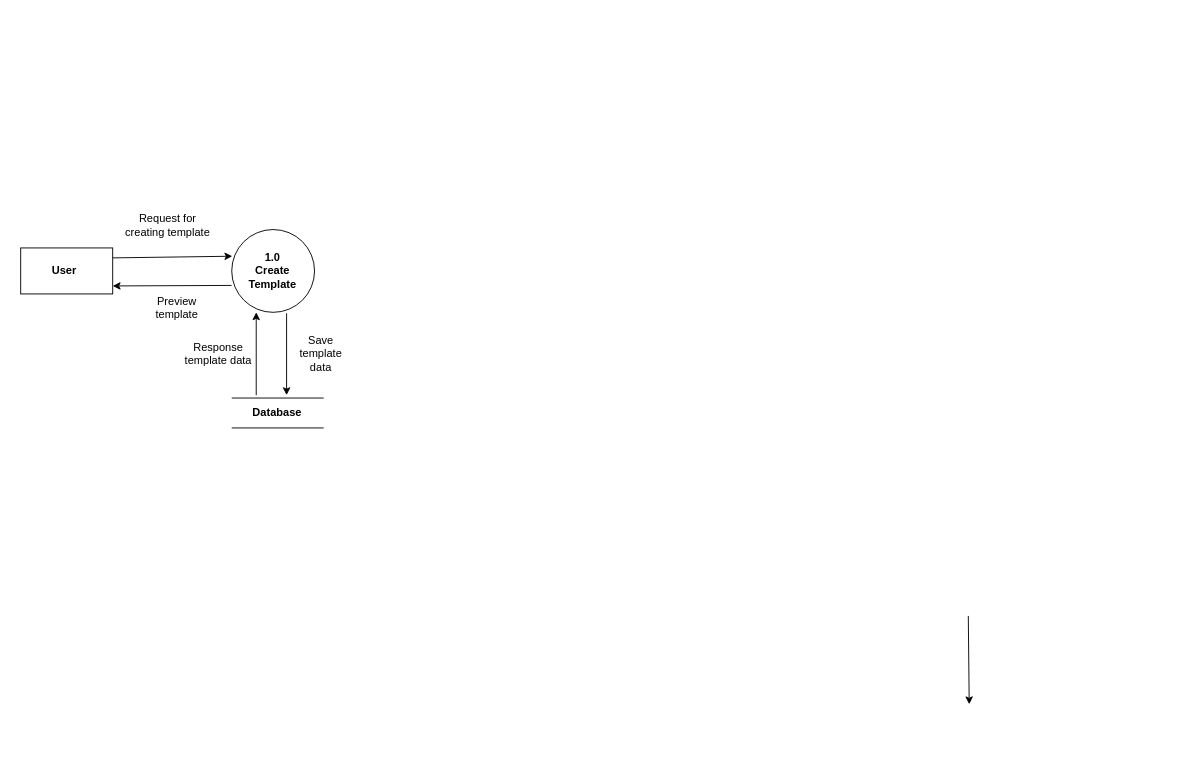
jonamadk/DrawIO keeps this draw.io diagram as idfd1.drawio. Above is the earlier version. Source tidied: cells renumbered, new cells numbered last; positions are measured from the earlier drawing's top-left corner, leaving out a move shared by most shapes. Both pictures are drawn from the tidied source at 92%, with x=0, y=0 at pixel (16, 211).
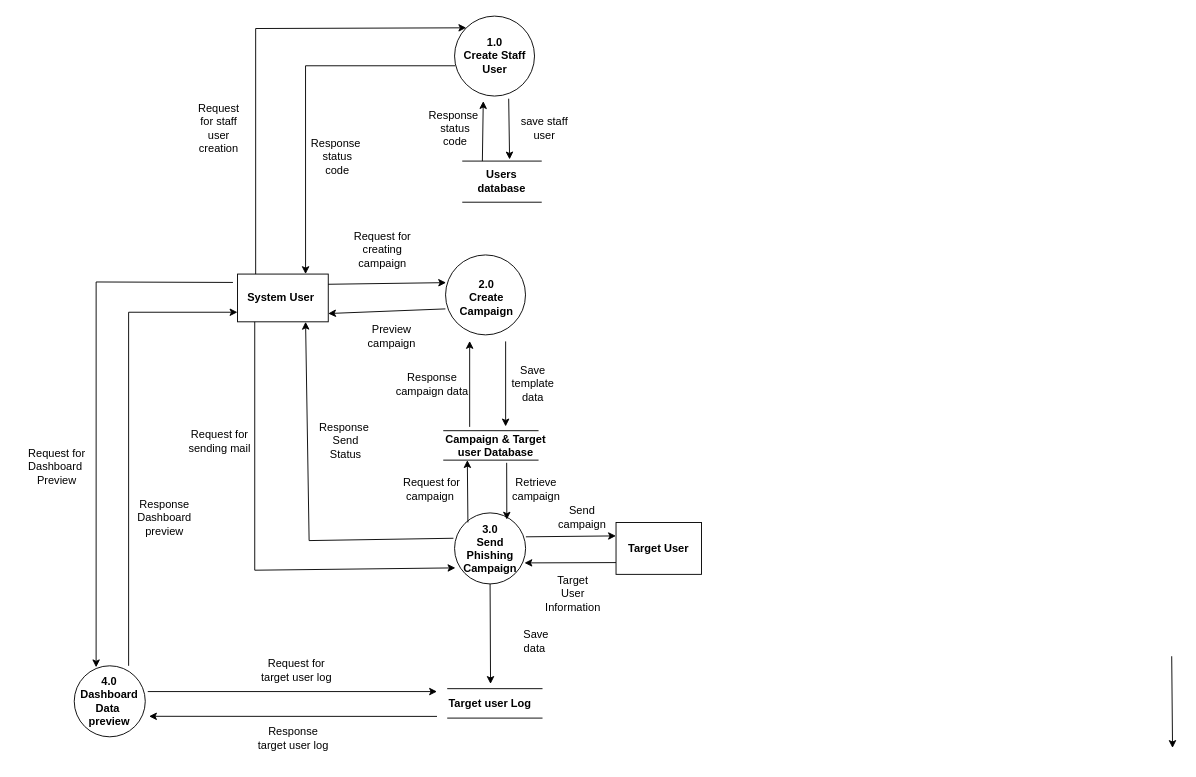
The same diagram, later.

What changed in the source:
```diff
@@
+    <mxCell id="17" style="group;fontStyle=0;" parent="1" vertex="1">
+      <mxGeometry x="4" y="-212" width="1253" height="810" as="geometry" />
+    </mxCell>
+    <mxCell id="18" style="group;fontStyle=0;" parent="17" vertex="1">
+      <mxGeometry x="177.5" width="1075.5" height="810" as="geometry" />
+    </mxCell>
-    <mxCell id="2" style="rounded=0;whiteSpace=wrap;html=1;" parent="1" vertex="1">
-      <mxGeometry x="5" y="40" width="100" height="50" as="geometry" />
+    <mxCell id="2" style="rounded=0;whiteSpace=wrap;html=1;fontStyle=0;" parent="18" vertex="1">
+      <mxGeometry x="59.2" y="280.4" width="98.6" height="51.9" as="geometry" />
     </mxCell>
-    <mxCell id="3" style="ellipse;whiteSpace=wrap;html=1;" parent="1" vertex="1">
-      <mxGeometry x="234.4" y="20" width="90" height="90" as="geometry" />
+    <mxCell id="3" style="ellipse;whiteSpace=wrap;html=1;fontStyle=0;" parent="18" vertex="1">
+      <mxGeometry x="285.3" y="259.6" width="86.9" height="86.9" as="geometry" />
     </mxCell>
-    <mxCell id="4" style="shape=partialRectangle;whiteSpace=wrap;html=1;top=0;bottom=0;fillColor=none;rotation=90;" parent="1" vertex="1">
-      <mxGeometry x="268.1" y="170" width="32.5" height="98.8" as="geometry" />
+    <mxCell id="4" style="shape=partialRectangle;whiteSpace=wrap;html=1;top=0;bottom=0;fillColor=none;rotation=90;fontStyle=0;" parent="18" vertex="1">
+      <mxGeometry x="318.6" y="415.4" width="32" height="102.5" as="geometry" />
     </mxCell>
-    <mxCell id="5" value="&lt;b&gt;Database&lt;/b&gt;" style="text;html=1;strokeColor=none;fillColor=none;align=center;verticalAlign=middle;whiteSpace=wrap;rounded=0;" parent="1" vertex="1">
-      <mxGeometry x="254.4" y="204.4" width="60" height="30" as="geometry" />
+    <mxCell id="5" value="&lt;b&gt;Campaign &amp;amp; Target user Database&lt;/b&gt;" style="text;html=1;strokeColor=none;fillColor=none;align=center;verticalAlign=middle;whiteSpace=wrap;rounded=0;fontStyle=0;" parent="18" vertex="1">
+      <mxGeometry x="280" y="451.1" width="118.9" height="31.2" as="geometry" />
     </mxCell>
-    <mxCell id="6" value="&lt;b&gt;User&lt;/b&gt;" style="text;html=1;strokeColor=none;fillColor=none;align=center;verticalAlign=middle;whiteSpace=wrap;rounded=0;" parent="1" vertex="1">
-      <mxGeometry y="48.8" width="105" height="32.5" as="geometry" />
+    <mxCell id="6" value="&lt;b&gt;System User&lt;/b&gt;" style="text;html=1;strokeColor=none;fillColor=none;align=center;verticalAlign=middle;whiteSpace=wrap;rounded=0;fontStyle=0;" parent="18" vertex="1">
+      <mxGeometry x="54.2" y="289.5" width="103.5" height="33.8" as="geometry" />
     </mxCell>
-    <mxCell id="7" value="&lt;b&gt;1.0&lt;br&gt;&amp;nbsp;Create&amp;nbsp;&lt;br&gt;Template&lt;/b&gt;" style="text;html=1;strokeColor=none;fillColor=none;align=center;verticalAlign=middle;whiteSpace=wrap;rounded=0;" parent="1" vertex="1">
-      <mxGeometry x="244.4" y="45" width="70" height="40" as="geometry" />
+    <mxCell id="7" value="&lt;b&gt;2.0&lt;br&gt;&amp;nbsp;Create&amp;nbsp;&lt;br&gt;Campaign&lt;br&gt;&lt;/b&gt;" style="text;html=1;strokeColor=none;fillColor=none;align=center;verticalAlign=middle;whiteSpace=wrap;rounded=0;fontStyle=0;" parent="18" vertex="1">
+      <mxGeometry x="295.1" y="285.6" width="69" height="41.5" as="geometry" />
     </mxCell>
-    <mxCell id="8" style="endArrow=classic;html=1;rounded=0;exitX=1;exitY=0;exitDx=0;exitDy=0;" parent="1" edge="1">
+    <mxCell id="8" style="endArrow=classic;html=1;rounded=0;exitX=1;exitY=0;exitDx=0;exitDy=0;fontStyle=0;" parent="18" edge="1">
       <mxGeometry relative="1" as="geometry">
-        <mxPoint x="105" y="50.8" as="sourcePoint" />
-        <mxPoint x="235" y="49" as="targetPoint" />
+        <mxPoint x="157.7" y="291.5" as="sourcePoint" />
+        <mxPoint x="285.9" y="289.7" as="targetPoint" />
       </mxGeometry>
     </mxCell>
-    <mxCell id="9" style="endArrow=classic;html=1;rounded=0;entryX=1;entryY=1;entryDx=0;entryDy=0;exitX=-0.002;exitY=0.675;exitDx=0;exitDy=0;exitPerimeter=0;" parent="1" edge="1" source="3" target="6">
+    <mxCell id="9" style="endArrow=classic;html=1;rounded=0;entryX=1;entryY=1;entryDx=0;entryDy=0;exitX=-0.002;exitY=0.675;exitDx=0;exitDy=0;exitPerimeter=0;fontStyle=0;" parent="18" edge="1" source="3" target="6">
       <mxGeometry relative="1" as="geometry" />
     </mxCell>
-    <mxCell id="10" style="endArrow=classic;html=1;rounded=0;" parent="1" edge="1">
+    <mxCell id="10" style="endArrow=classic;html=1;rounded=0;fontStyle=0;" parent="18" edge="1">
       <mxGeometry relative="1" as="geometry">
-        <mxPoint x="1035" y="440" as="sourcePoint" />
-        <mxPoint x="1036" y="536" as="targetPoint" />
+        <mxPoint x="1074.6" y="695.8" as="sourcePoint" />
+        <mxPoint x="1075.5" y="795.5" as="targetPoint" />
       </mxGeometry>
     </mxCell>
-    <mxCell id="11" style="endArrow=classic;html=1;rounded=0;" parent="1" edge="1">
+    <mxCell id="11" style="endArrow=classic;html=1;rounded=0;fontStyle=0;" parent="18" edge="1">
       <mxGeometry relative="1" as="geometry">
-        <mxPoint x="261" y="200" as="sourcePoint" />
-        <mxPoint x="261" y="110" as="targetPoint" />
+        <mxPoint x="311.5" y="446.5" as="sourcePoint" />
+        <mxPoint x="311.5" y="353.1" as="targetPoint" />
       </mxGeometry>
     </mxCell>
-    <mxCell id="12" value="Request for creating template" style="text;html=1;strokeColor=none;fillColor=none;align=center;verticalAlign=middle;whiteSpace=wrap;rounded=0;" parent="1" vertex="1">
-      <mxGeometry x="115" width="100" height="30" as="geometry" />
+    <mxCell id="12" value="Request for creating campaign" style="text;html=1;strokeColor=none;fillColor=none;align=center;verticalAlign=middle;whiteSpace=wrap;rounded=0;fontStyle=0;" parent="18" vertex="1">
+      <mxGeometry x="167.6" y="238.8" width="98.6" height="31.2" as="geometry" />
     </mxCell>
-    <mxCell id="13" value="Preview template" style="text;html=1;strokeColor=none;fillColor=none;align=center;verticalAlign=middle;whiteSpace=wrap;rounded=0;" parent="1" vertex="1">
-      <mxGeometry x="145" y="90" width="60" height="30" as="geometry" />
+    <mxCell id="13" value="Preview campaign" style="text;html=1;strokeColor=none;fillColor=none;align=center;verticalAlign=middle;whiteSpace=wrap;rounded=0;fontStyle=0;" parent="18" vertex="1">
+      <mxGeometry x="197.2" y="332.3" width="59.2" height="31.2" as="geometry" />
     </mxCell>
-    <mxCell id="14" value="Save template data" style="text;html=1;strokeColor=none;fillColor=none;align=center;verticalAlign=middle;whiteSpace=wrap;rounded=0;" parent="1" vertex="1">
-      <mxGeometry x="300.6" y="140" width="61" height="30" as="geometry" />
+    <mxCell id="14" value="Save template data" style="text;html=1;strokeColor=none;fillColor=none;align=center;verticalAlign=middle;whiteSpace=wrap;rounded=0;fontStyle=0;" parent="18" vertex="1">
+      <mxGeometry x="350" y="384.2" width="60.1" height="31.2" as="geometry" />
     </mxCell>
-    <mxCell id="15" value="Response template data" style="text;html=1;strokeColor=none;fillColor=none;align=center;verticalAlign=middle;whiteSpace=wrap;rounded=0;" parent="1" vertex="1">
-      <mxGeometry x="175" y="140" width="90" height="30" as="geometry" />
+    <mxCell id="15" value="Response campaign data" style="text;html=1;strokeColor=none;fillColor=none;align=center;verticalAlign=middle;whiteSpace=wrap;rounded=0;fontStyle=0;" parent="18" vertex="1">
+      <mxGeometry x="226.7" y="384.2" width="88.7" height="31.2" as="geometry" />
     </mxCell>
-    <mxCell id="16" style="endArrow=classic;html=1;rounded=0;" parent="1" edge="1">
+    <mxCell id="16" style="endArrow=classic;html=1;rounded=0;fontStyle=0;" parent="18" edge="1">
       <mxGeometry relative="1" as="geometry">
-        <mxPoint x="294" y="111" as="sourcePoint" />
-        <mxPoint x="294" y="200" as="targetPoint" />
+        <mxPoint x="350.6" y="353.6" as="sourcePoint" />
+        <mxPoint x="350.6" y="446" as="targetPoint" />
       </mxGeometry>
     </mxCell>
+    <mxCell id="19" value="&lt;b&gt;3.0&lt;br&gt;Send Phishing Campaign&lt;/b&gt;" style="ellipse;whiteSpace=wrap;html=1;fontStyle=0;" parent="18" vertex="1">
+      <mxGeometry x="295.1" y="540" width="77.2" height="77.2" as="geometry" />
+    </mxCell>
+    <mxCell id="20" style="endArrow=classic;html=1;rounded=0;entryX=1;entryY=0.75;entryDx=0;entryDy=0;fontStyle=0;" parent="18" edge="1" target="4">
+      <mxGeometry relative="1" as="geometry">
+        <mxPoint x="309.6" y="550.4" as="sourcePoint" />
+      </mxGeometry>
+    </mxCell>
+    <mxCell id="21" style="endArrow=classic;html=1;rounded=0;exitX=1.091;exitY=0.333;exitDx=0;exitDy=0;exitPerimeter=0;fontStyle=0;" parent="18" edge="1" source="4">
+      <mxGeometry relative="1" as="geometry">
+        <mxPoint x="351.9" y="547.3" as="targetPoint" />
+      </mxGeometry>
+    </mxCell>
+    <mxCell id="22" value="Retrieve campaign" style="text;html=1;strokeColor=none;fillColor=none;align=center;verticalAlign=middle;whiteSpace=wrap;rounded=0;fontStyle=0;" parent="18" vertex="1">
+      <mxGeometry x="354.9" y="498.5" width="59.2" height="31.2" as="geometry" />
+    </mxCell>
+    <mxCell id="23" value="Request for campaign&amp;nbsp;" style="text;html=1;strokeColor=none;fillColor=none;align=center;verticalAlign=middle;whiteSpace=wrap;rounded=0;fontStyle=0;" parent="18" vertex="1">
+      <mxGeometry x="236.6" y="498.5" width="68" height="31.2" as="geometry" />
+    </mxCell>
+    <mxCell id="24" value="&lt;b&gt;Target User&lt;/b&gt;" style="rounded=0;whiteSpace=wrap;html=1;fontStyle=0;" parent="18" vertex="1">
+      <mxGeometry x="470.6" y="550.4" width="92.9" height="56.4" as="geometry" />
+    </mxCell>
+    <mxCell id="25" style="endArrow=classic;html=1;rounded=0;fontStyle=0;" parent="18" edge="1">
+      <mxGeometry relative="1" as="geometry">
+        <mxPoint x="372.6" y="566" as="sourcePoint" />
+        <mxPoint x="470.5" y="565" as="targetPoint" />
+      </mxGeometry>
+    </mxCell>
+    <mxCell id="26" style="endArrow=classic;html=1;rounded=0;entryX=0.984;entryY=0.704;entryDx=0;entryDy=0;entryPerimeter=0;fontStyle=0;" parent="18" edge="1" target="19">
+      <mxGeometry relative="1" as="geometry">
+        <mxPoint x="470.5" y="594" as="sourcePoint" />
+      </mxGeometry>
+    </mxCell>
+    <mxCell id="27" value="Target User Information" style="text;html=1;strokeColor=none;fillColor=none;align=center;verticalAlign=middle;whiteSpace=wrap;rounded=0;fontStyle=0;" parent="18" vertex="1">
+      <mxGeometry x="394.3" y="612.7" width="59.2" height="31.2" as="geometry" />
+    </mxCell>
+    <mxCell id="28" value="Send campaign" style="text;html=1;strokeColor=none;fillColor=none;align=center;verticalAlign=middle;whiteSpace=wrap;rounded=0;fontStyle=0;" parent="18" vertex="1">
+      <mxGeometry x="404.2" y="529.6" width="59.2" height="31.2" as="geometry" />
+    </mxCell>
+    <mxCell id="29" style="endArrow=classic;html=1;rounded=0;entryX=0.75;entryY=1;entryDx=0;entryDy=0;exitX=-0.016;exitY=0.357;exitDx=0;exitDy=0;exitPerimeter=0;fontStyle=0;" parent="18" edge="1" source="19" target="2">
+      <mxGeometry relative="1" as="geometry">
+        <Array as="points">
+          <mxPoint x="137" y="570.1" />
+        </Array>
+      </mxGeometry>
+    </mxCell>
+    <mxCell id="30" style="endArrow=classic;html=1;rounded=0;entryX=0.012;entryY=0.774;entryDx=0;entryDy=0;entryPerimeter=0;fontStyle=0;" parent="18" edge="1" target="19">
+      <mxGeometry relative="1" as="geometry">
+        <mxPoint x="77.9" y="332.3" as="sourcePoint" />
+        <Array as="points">
+          <mxPoint x="77.9" y="602.3" />
+        </Array>
+      </mxGeometry>
+    </mxCell>
+    <mxCell id="31" value="Request for sending mail" style="text;html=1;strokeColor=none;fillColor=none;align=center;verticalAlign=middle;whiteSpace=wrap;rounded=0;fontStyle=0;" parent="18" vertex="1">
+      <mxGeometry y="446.5" width="78.9" height="31.2" as="geometry" />
+    </mxCell>
+    <mxCell id="32" value="Response&amp;nbsp;&lt;br&gt;Send Status" style="text;html=1;strokeColor=none;fillColor=none;align=center;verticalAlign=middle;whiteSpace=wrap;rounded=0;fontStyle=0;" parent="18" vertex="1">
+      <mxGeometry x="147.9" y="446.5" width="59.2" height="31.2" as="geometry" />
+    </mxCell>
+    <mxCell id="33" style="shape=partialRectangle;whiteSpace=wrap;html=1;top=0;bottom=0;fillColor=none;rotation=90;fontStyle=0;" parent="18" vertex="1">
+      <mxGeometry x="322.9" y="695.8" width="32" height="102.5" as="geometry" />
+    </mxCell>
+    <mxCell id="34" value="&lt;span&gt;&lt;b&gt;Target user Log&amp;nbsp;&lt;/b&gt;&lt;/span&gt;" style="text;html=1;strokeColor=none;fillColor=none;align=center;verticalAlign=middle;whiteSpace=wrap;rounded=0;fontStyle=0;" parent="18" vertex="1">
+      <mxGeometry x="280" y="731.5" width="110.4" height="31.2" as="geometry" />
+    </mxCell>
+    <mxCell id="35" style="endArrow=classic;html=1;rounded=0;exitX=0.5;exitY=1;exitDx=0;exitDy=0;fontStyle=0;" parent="18" edge="1" source="19">
+      <mxGeometry relative="1" as="geometry">
+        <mxPoint x="334.2" y="725.9" as="targetPoint" />
+      </mxGeometry>
+    </mxCell>
+    <mxCell id="36" value="Save data&amp;nbsp;" style="text;html=1;strokeColor=none;fillColor=none;align=center;verticalAlign=middle;whiteSpace=wrap;rounded=0;fontStyle=0;" parent="18" vertex="1">
+      <mxGeometry x="354.9" y="664.6" width="59.2" height="31.2" as="geometry" />
+    </mxCell>
+    <mxCell id="37" value="&lt;b&gt;1.0&lt;br&gt;Create Staff User&lt;/b&gt;" style="ellipse;whiteSpace=wrap;html=1;fontStyle=0;" parent="18" vertex="1">
+      <mxGeometry x="295.1" width="86.9" height="86.9" as="geometry" />
+    </mxCell>
+    <mxCell id="38" style="shape=partialRectangle;whiteSpace=wrap;html=1;top=0;bottom=0;fillColor=none;rotation=90;fontStyle=0;" parent="18" vertex="1">
+      <mxGeometry x="324.3" y="137.3" width="44.7" height="85.3" as="geometry" />
+    </mxCell>
+    <mxCell id="39" value="&lt;b&gt;Users database&lt;/b&gt;" style="text;html=1;strokeColor=none;fillColor=none;align=center;verticalAlign=middle;whiteSpace=wrap;rounded=0;fontStyle=0;" parent="18" vertex="1">
+      <mxGeometry x="315.5" y="164.4" width="62.2" height="31.2" as="geometry" />
+    </mxCell>
+    <mxCell id="40" style="endArrow=classic;html=1;rounded=0;entryX=0;entryY=0;entryDx=0;entryDy=0;fontStyle=0;" parent="18" edge="1" target="37">
+      <mxGeometry relative="1" as="geometry">
+        <mxPoint x="78.9" y="280.4" as="sourcePoint" />
+        <Array as="points">
+          <mxPoint x="78.9" y="13.5" />
+        </Array>
+      </mxGeometry>
+    </mxCell>
+    <mxCell id="41" style="endArrow=classic;html=1;rounded=0;entryX=0.75;entryY=0;entryDx=0;entryDy=0;fontStyle=0;" parent="18" edge="1" target="2">
+      <mxGeometry relative="1" as="geometry">
+        <mxPoint x="295.8" y="54" as="sourcePoint" />
+        <Array as="points">
+          <mxPoint x="133.1" y="54" />
+        </Array>
+      </mxGeometry>
+    </mxCell>
+    <mxCell id="42" style="endArrow=classic;html=1;rounded=0;exitX=0.677;exitY=1.033;exitDx=0;exitDy=0;exitPerimeter=0;fontStyle=0;" parent="18" edge="1" source="37">
+      <mxGeometry relative="1" as="geometry">
+        <mxPoint x="354.9" y="155.8" as="targetPoint" />
+      </mxGeometry>
+    </mxCell>
+    <mxCell id="43" style="endArrow=classic;html=1;rounded=0;exitX=0;exitY=0.75;exitDx=0;exitDy=0;fontStyle=0;" parent="18" edge="1" source="38">
+      <mxGeometry relative="1" as="geometry">
+        <mxPoint x="326.3" y="92.4" as="targetPoint" />
+      </mxGeometry>
+    </mxCell>
+    <mxCell id="44" value="save staff user" style="text;html=1;strokeColor=none;fillColor=none;align=center;verticalAlign=middle;whiteSpace=wrap;rounded=0;fontStyle=0;" parent="18" vertex="1">
+      <mxGeometry x="363.8" y="105.9" width="59.2" height="31.2" as="geometry" />
+    </mxCell>
+    <mxCell id="45" value="Response&amp;nbsp;&lt;br&gt;status code" style="text;html=1;strokeColor=none;fillColor=none;align=center;verticalAlign=middle;whiteSpace=wrap;rounded=0;fontStyle=0;" parent="18" vertex="1">
+      <mxGeometry x="266.2" y="105.9" width="59.2" height="31.2" as="geometry" />
+    </mxCell>
+    <mxCell id="46" value="&lt;span&gt;Response&amp;nbsp;&lt;/span&gt;&lt;br&gt;&lt;span&gt;status code&lt;/span&gt;" style="text;html=1;strokeColor=none;fillColor=none;align=center;verticalAlign=middle;whiteSpace=wrap;rounded=0;fontStyle=0;" parent="18" vertex="1">
+      <mxGeometry x="138" y="137.1" width="59.2" height="31.2" as="geometry" />
+    </mxCell>
+    <mxCell id="47" value="Request for staff user creation" style="text;html=1;strokeColor=none;fillColor=none;align=center;verticalAlign=middle;whiteSpace=wrap;rounded=0;fontStyle=0;" parent="18" vertex="1">
+      <mxGeometry x="9.9" y="105.9" width="59.2" height="31.2" as="geometry" />
+    </mxCell>
+    <mxCell id="48" style="endArrow=classic;html=1;rounded=0;fontStyle=0;" parent="18" edge="1">
+      <mxGeometry relative="1" as="geometry">
+        <mxPoint x="-38.4" y="734.2" as="sourcePoint" />
+        <mxPoint x="276" y="734.2" as="targetPoint" />
+      </mxGeometry>
+    </mxCell>
+    <mxCell id="49" value="Request for target user log" style="text;html=1;strokeColor=none;fillColor=none;align=center;verticalAlign=middle;whiteSpace=wrap;rounded=0;fontStyle=0;" parent="18" vertex="1">
+      <mxGeometry x="76.9" y="695.8" width="94.1" height="31.1" as="geometry" />
+    </mxCell>
+    <mxCell id="50" value="Response target user log" style="text;html=1;strokeColor=none;fillColor=none;align=center;verticalAlign=middle;whiteSpace=wrap;rounded=0;fontStyle=0;" parent="18" vertex="1">
+      <mxGeometry x="78.9" y="769.9" width="83.1" height="31.1" as="geometry" />
+    </mxCell>
+    <mxCell id="51" value="&lt;b&gt;4.0&lt;br&gt;Dashboard Data&amp;nbsp;&lt;br&gt;preview&lt;/b&gt;" style="ellipse;whiteSpace=wrap;html=1;fontStyle=0;" parent="17" vertex="1">
+      <mxGeometry x="59.2" y="706.2" width="77.2" height="77.2" as="geometry" />
+    </mxCell>
+    <mxCell id="52" style="endArrow=classic;html=1;rounded=0;fontStyle=0;" parent="17" edge="1">
+      <mxGeometry relative="1" as="geometry">
+        <mxPoint x="118.3" y="706.2" as="sourcePoint" />
+        <mxPoint x="236.6" y="321.9" as="targetPoint" />
+        <Array as="points">
+          <mxPoint x="118.3" y="321.9" />
+        </Array>
+      </mxGeometry>
+    </mxCell>
+    <mxCell id="53" style="endArrow=classic;html=1;rounded=0;exitX=0;exitY=0;exitDx=0;exitDy=0;fontStyle=0;entryX=0.308;entryY=0.021;entryDx=0;entryDy=0;entryPerimeter=0;" parent="17" edge="1" source="6" target="51">
+      <mxGeometry relative="1" as="geometry">
+        <Array as="points">
+          <mxPoint x="83" y="289" />
+        </Array>
+      </mxGeometry>
+    </mxCell>
+    <mxCell id="54" value="Request for Dashboard&amp;nbsp;&lt;br&gt;Preview" style="text;html=1;strokeColor=none;fillColor=none;align=center;verticalAlign=middle;whiteSpace=wrap;rounded=0;fontStyle=0;" parent="17" vertex="1">
+      <mxGeometry x="9" y="467.3" width="63" height="45.7" as="geometry" />
+    </mxCell>
+    <mxCell id="55" value="Response Dashboard preview" style="text;html=1;strokeColor=none;fillColor=none;align=center;verticalAlign=middle;whiteSpace=wrap;rounded=0;fontStyle=0;" parent="17" vertex="1">
+      <mxGeometry x="128.2" y="529.6" width="59.2" height="31.2" as="geometry" />
+    </mxCell>
+    <mxCell id="56" style="endArrow=classic;html=1;rounded=0;entryX=1.032;entryY=0.649;entryDx=0;entryDy=0;entryPerimeter=0;fontStyle=0;" parent="17" edge="1">
+      <mxGeometry relative="1" as="geometry">
+        <mxPoint x="453.5" y="761.2" as="sourcePoint" />
+        <mxPoint x="140.5" y="761.1" as="targetPoint" />
+      </mxGeometry>
+    </mxCell>
```
